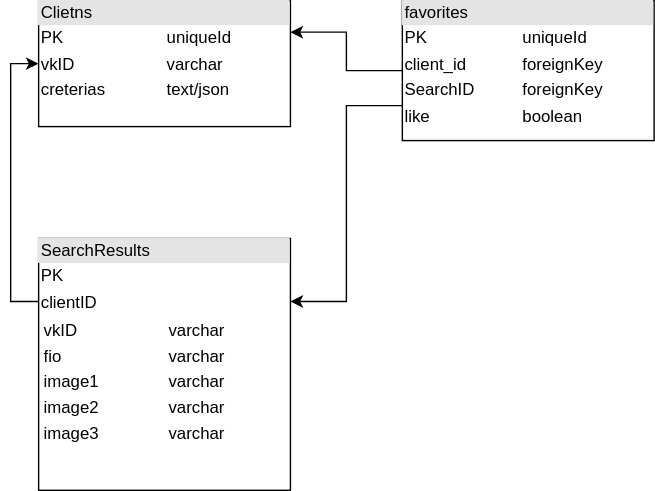
This is Docs/DB_SCHEMA.svg from KostyaKovalenko2007/coursLAB, a draw.io export, as it was before one commit. Source tidied: cells renumbered, new cells last; positions are measured from the earlier drawing's top-left corner, leaving out a move shared by most shapes.
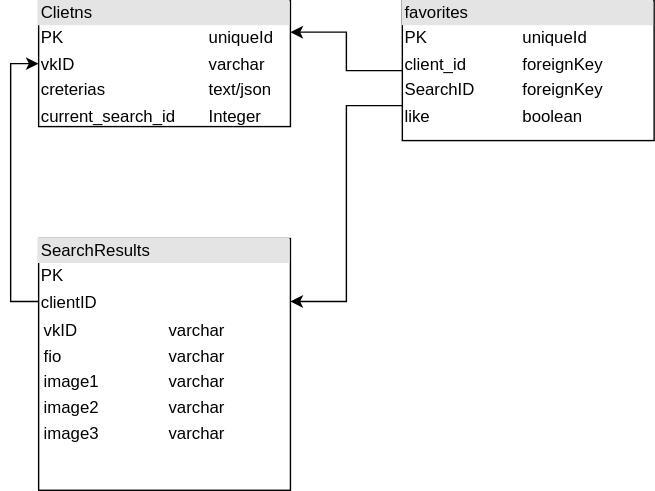
After the change.

Commit message:
скелет приложения

Diff of the diagram source:
```diff
@@ -2,7 +2,7 @@
   <root>
     <mxCell id="0" />
     <mxCell id="1" parent="0" />
-    <mxCell id="2" value="&lt;div style=&quot;box-sizing:border-box;width:100%;background:#e4e4e4;padding:2px;&quot;&gt;Clietns&lt;/div&gt;&lt;table style=&quot;width:100%;font-size:1em;&quot; cellpadding=&quot;2&quot; cellspacing=&quot;0&quot;&gt;&lt;tbody&gt;&lt;tr&gt;&lt;td&gt;PK&lt;/td&gt;&lt;td&gt;uniqueId&lt;/td&gt;&lt;/tr&gt;&lt;tr&gt;&lt;td&gt;vkID&lt;/td&gt;&lt;td&gt;varchar&lt;/td&gt;&lt;/tr&gt;&lt;tr&gt;&lt;td&gt;creterias&lt;/td&gt;&lt;td&gt;text/json&lt;/td&gt;&lt;/tr&gt;&lt;tr&gt;&lt;td&gt;&lt;br&gt;&lt;/td&gt;&lt;td&gt;&lt;br&gt;&lt;/td&gt;&lt;/tr&gt;&lt;/tbody&gt;&lt;/table&gt;" style="verticalAlign=top;align=left;overflow=fill;html=1;" parent="1" vertex="1">
+    <mxCell id="2" value="&lt;div style=&quot;box-sizing:border-box;width:100%;background:#e4e4e4;padding:2px;&quot;&gt;Clietns&lt;/div&gt;&lt;table style=&quot;width:100%;font-size:1em;&quot; cellpadding=&quot;2&quot; cellspacing=&quot;0&quot;&gt;&lt;tbody&gt;&lt;tr&gt;&lt;td&gt;PK&lt;/td&gt;&lt;td&gt;uniqueId&lt;/td&gt;&lt;/tr&gt;&lt;tr&gt;&lt;td&gt;vkID&lt;/td&gt;&lt;td&gt;varchar&lt;/td&gt;&lt;/tr&gt;&lt;tr&gt;&lt;td&gt;creterias&lt;/td&gt;&lt;td&gt;text/json&lt;/td&gt;&lt;/tr&gt;&lt;tr&gt;&lt;td&gt;current_search_id&lt;/td&gt;&lt;td&gt;Integer&lt;/td&gt;&lt;/tr&gt;&lt;/tbody&gt;&lt;/table&gt;" style="verticalAlign=top;align=left;overflow=fill;html=1;" parent="1" vertex="1">
       <mxGeometry width="180" height="90" as="geometry" />
     </mxCell>
     <mxCell id="3" style="edgeStyle=orthogonalEdgeStyle;rounded=0;jettySize=auto;html=1;entryX=1;entryY=0.25;entryDx=0;entryDy=0;exitX=0;exitY=0.5;exitDx=0;exitDy=0;" parent="1" edge="1" source="5" target="2">
```
